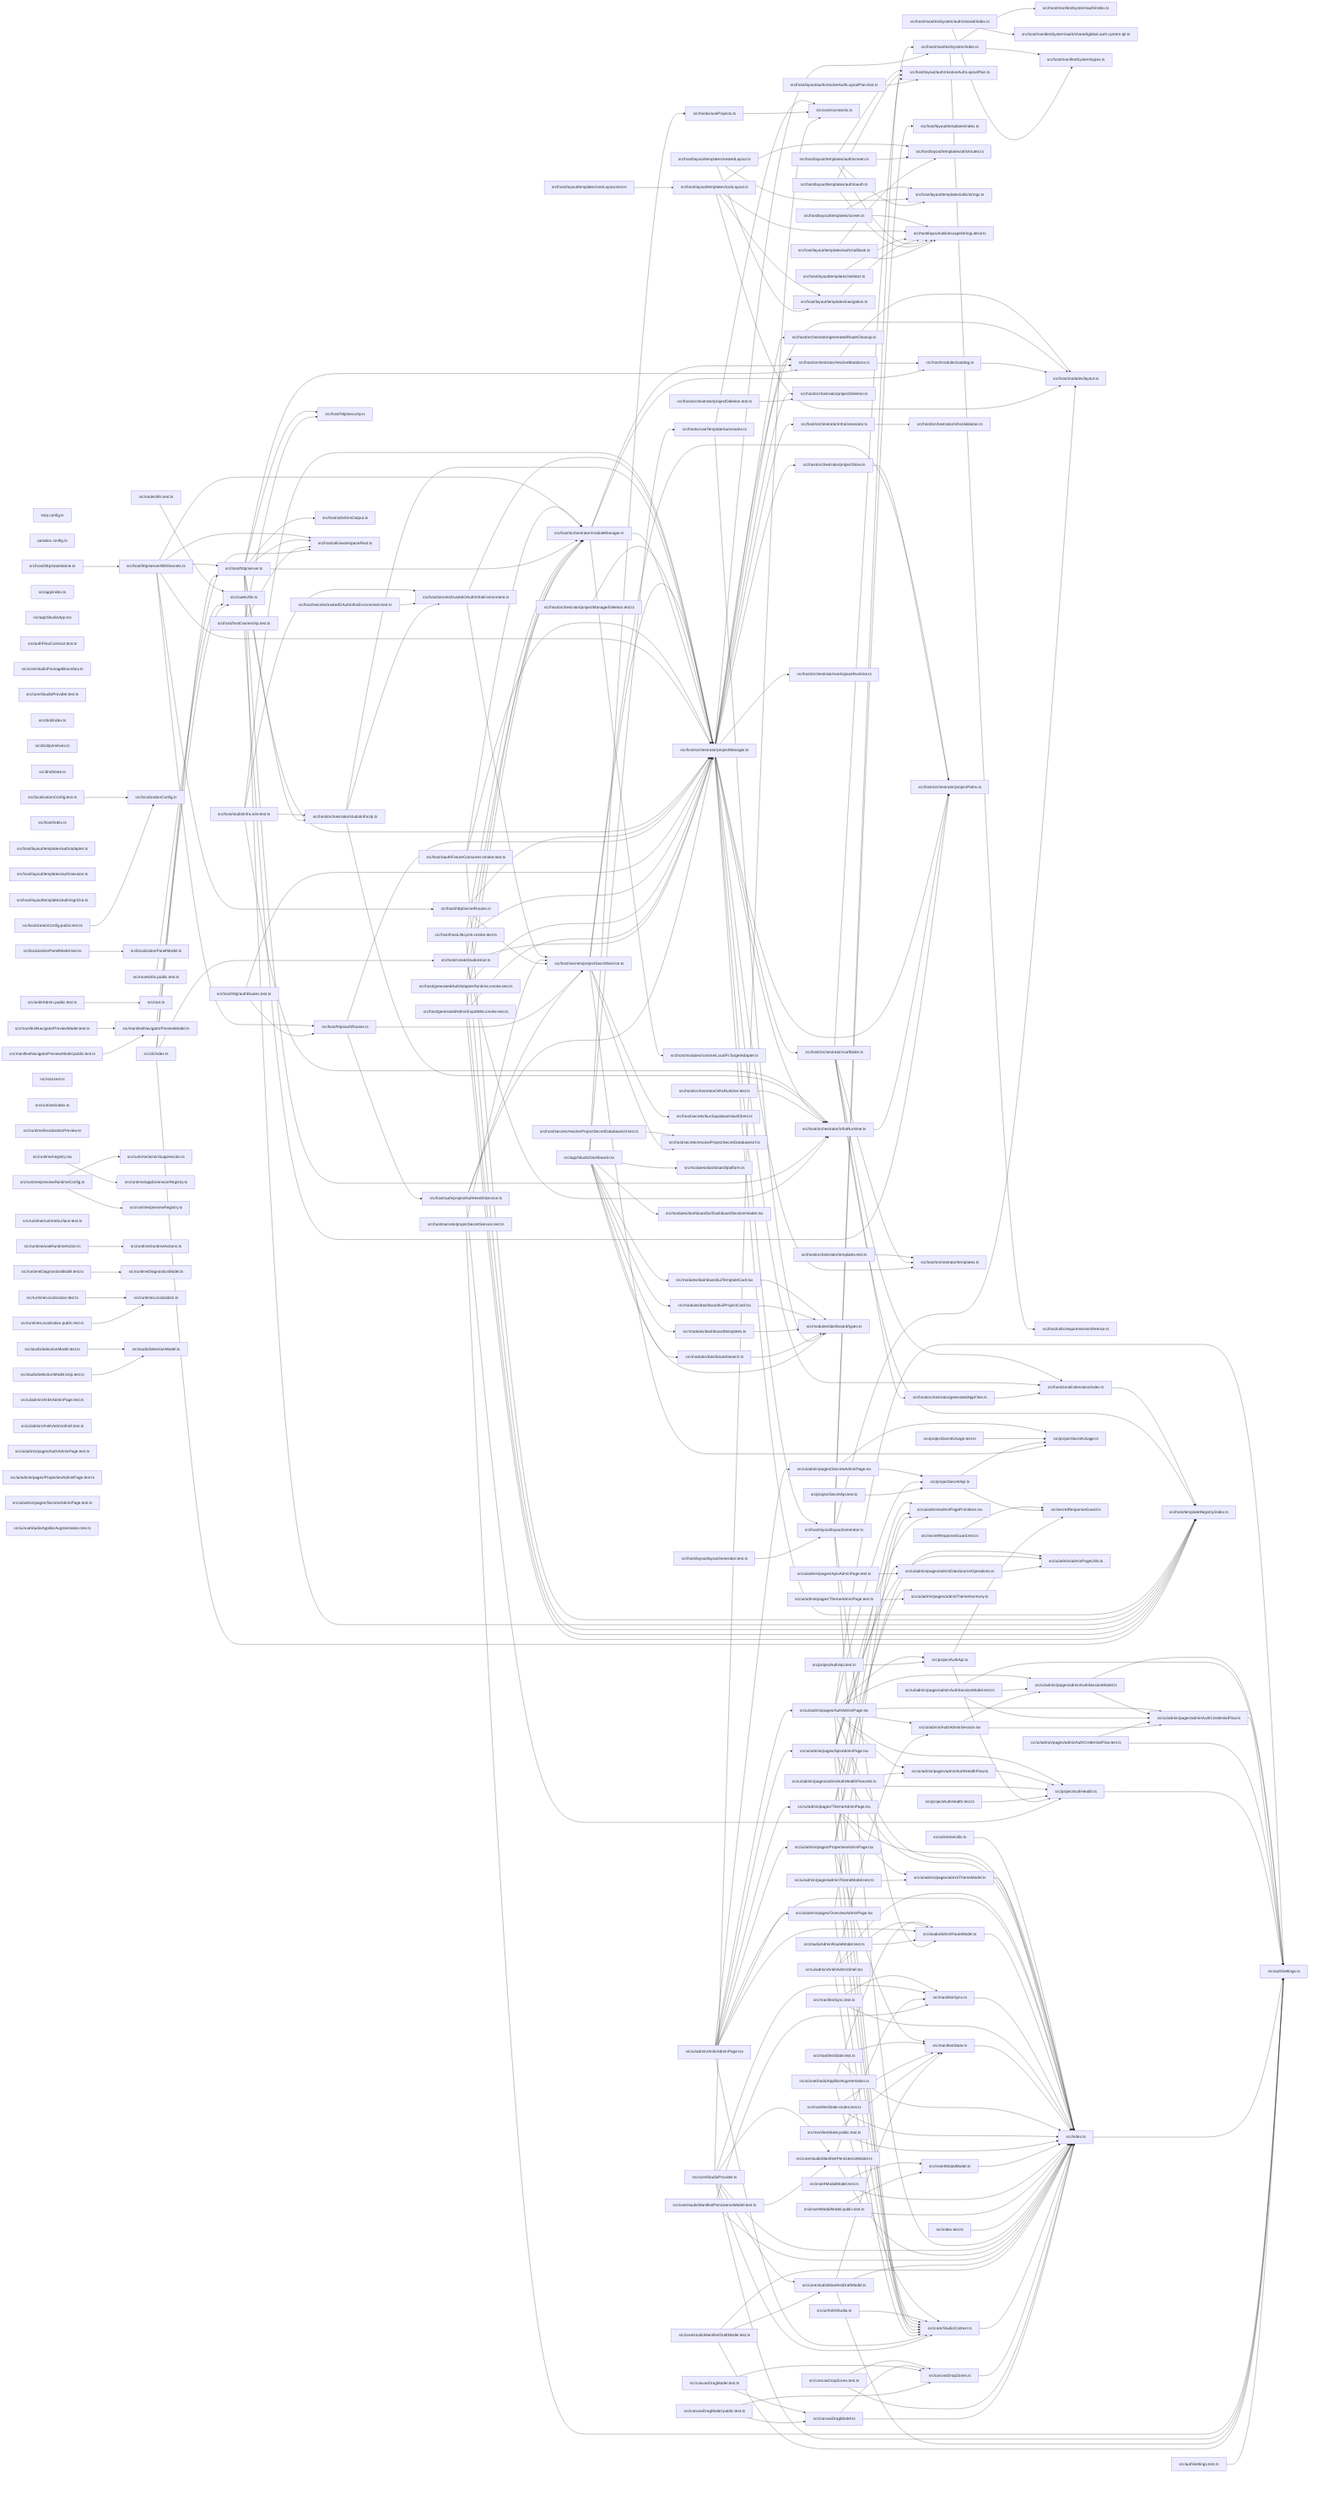
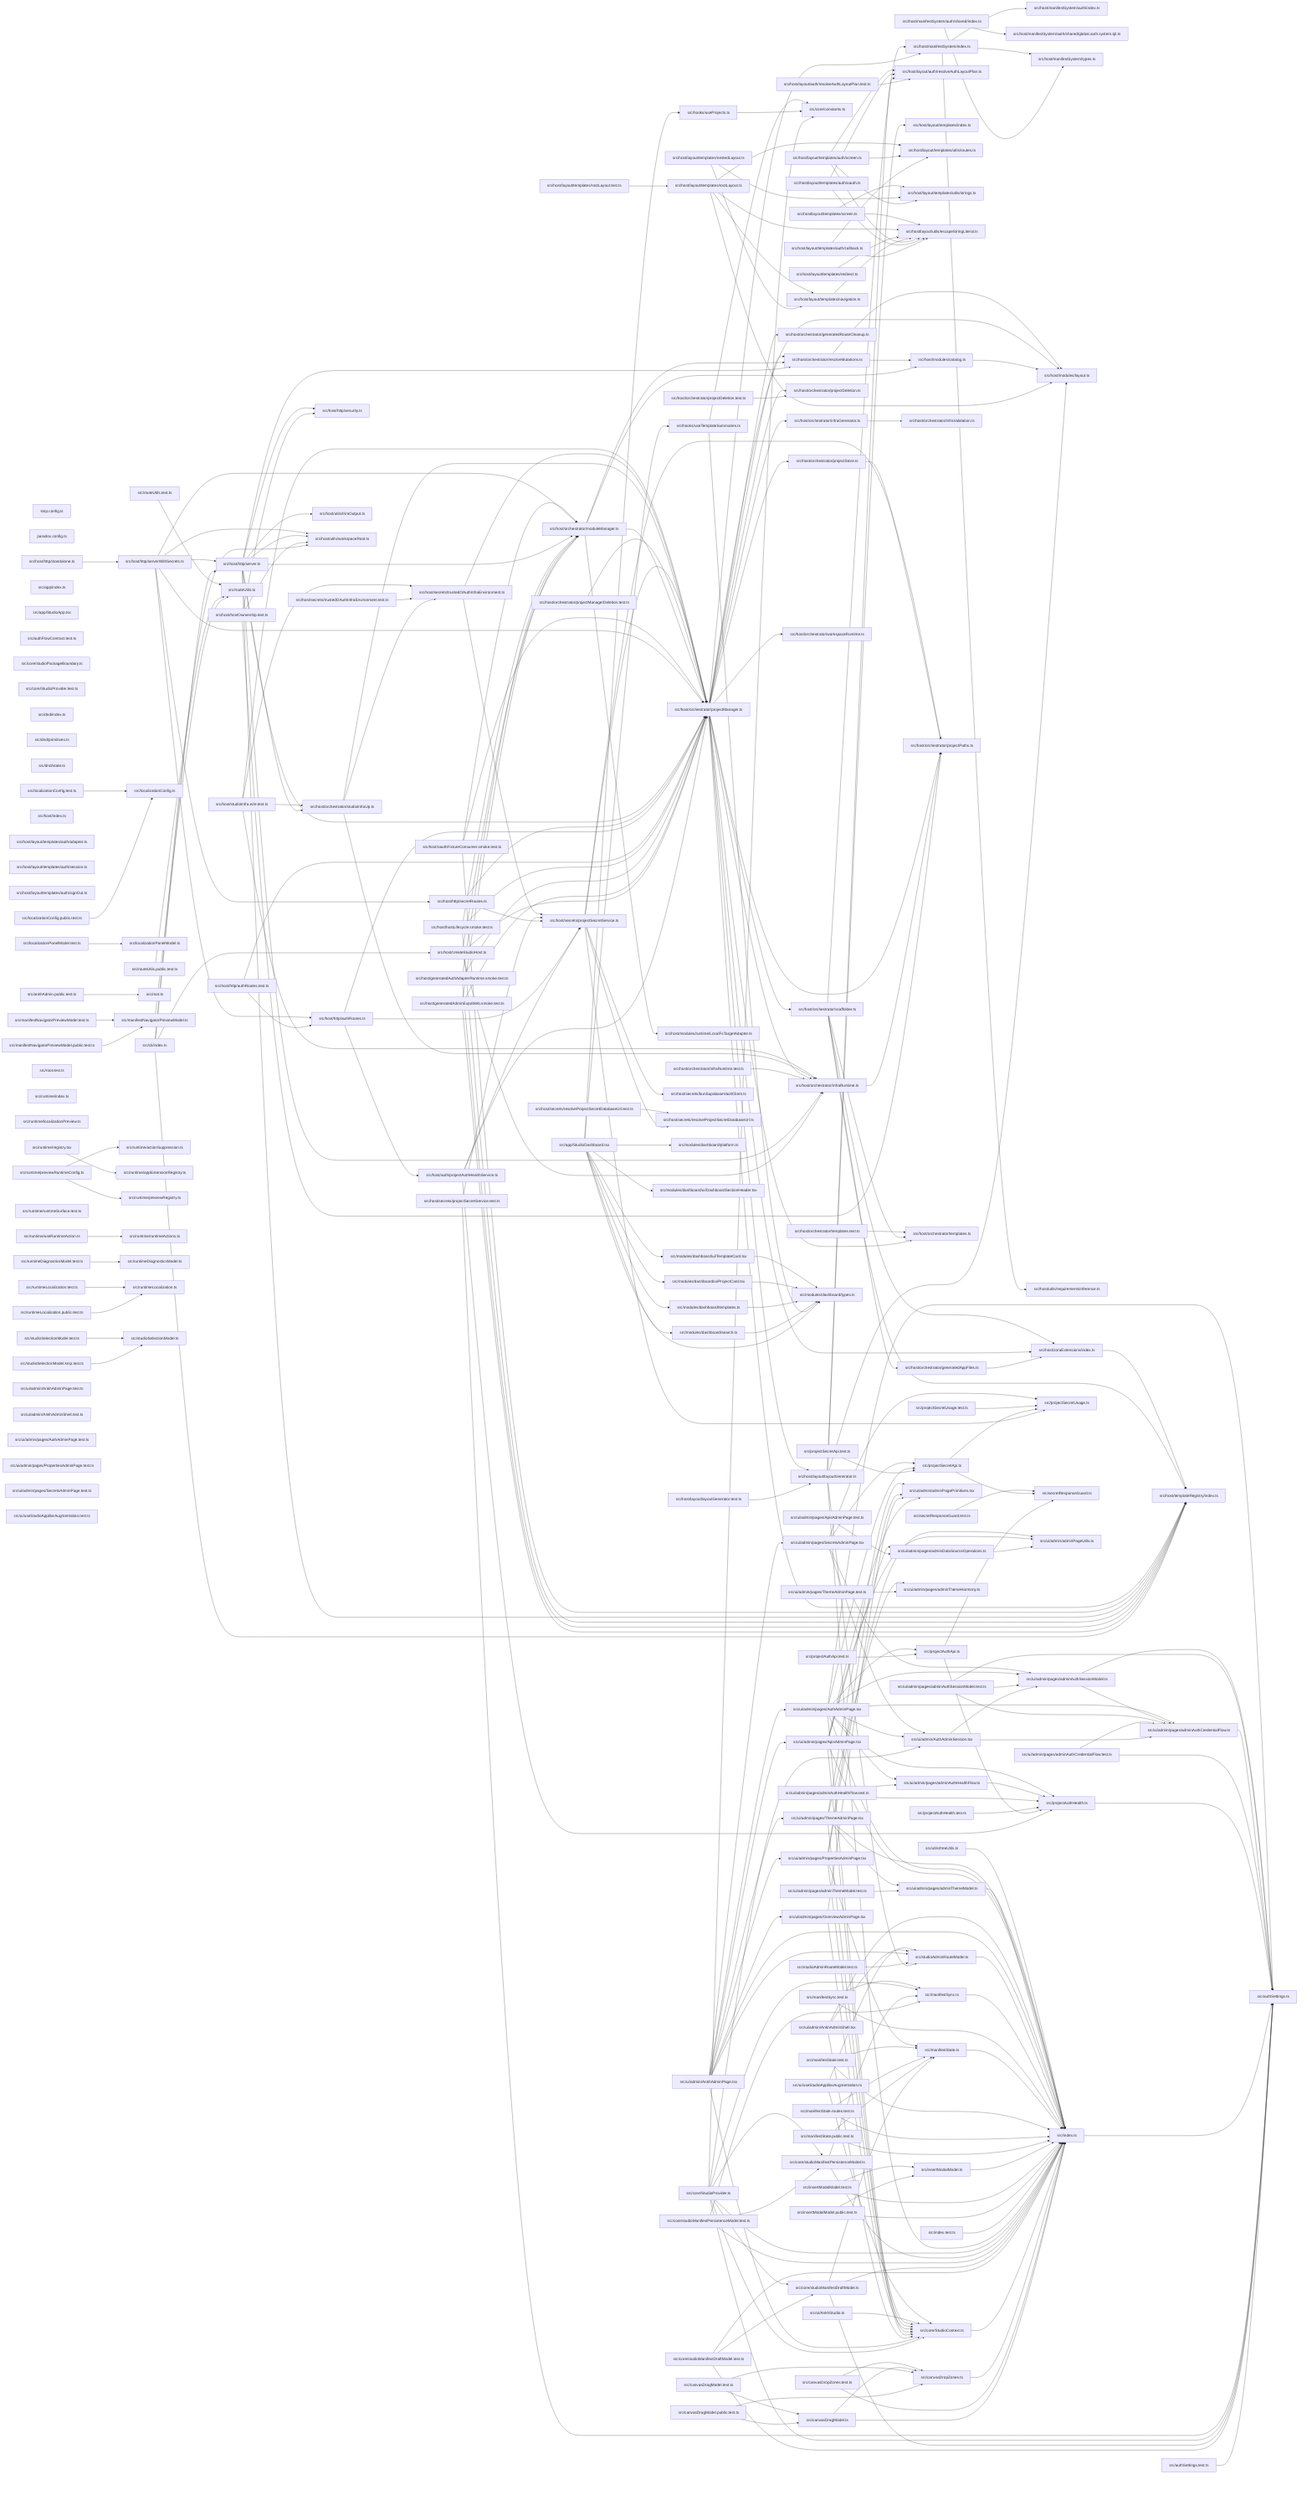
graph LR
  module_knip_config_ts["knip.config.ts"]
  module_paradox_config_ts["paradox.config.ts"]
  module_src_ankhAdmin_public_test_ts["src/ankhAdmin.public.test.ts"]
  module_src_app_index_ts["src/app/index.ts"]
  module_src_app_StudioApp_tsx["src/app/StudioApp.tsx"]
  module_src_app_StudioDashboard_tsx["src/app/StudioDashboard.tsx"]
  module_src_authFlowContract_test_ts["src/authFlowContract.test.ts"]
  module_src_authSettings_test_ts["src/authSettings.test.ts"]
  module_src_authSettings_ts["src/authSettings.ts"]
  module_src_canvasDragModel_public_test_ts["src/canvasDragModel.public.test.ts"]
  module_src_canvasDragModel_test_ts["src/canvasDragModel.test.ts"]
  module_src_canvasDragModel_ts["src/canvasDragModel.ts"]
  module_src_canvasDropZones_test_ts["src/canvasDropZones.test.ts"]
  module_src_canvasDropZones_ts["src/canvasDropZones.ts"]
  module_src_cli_index_ts["src/cli/index.ts"]
  module_src_core_constants_ts["src/core/constants.ts"]
  module_src_core_StudioContext_ts["src/core/StudioContext.ts"]
  module_src_core_studioManifestDraftModel_test_ts["src/core/studioManifestDraftModel.test.ts"]
  module_src_core_studioManifestDraftModel_ts["src/core/studioManifestDraftModel.ts"]
  module_src_core_studioManifestPersistenceModel_test_ts["src/core/studioManifestPersistenceModel.test.ts"]
  module_src_core_studioManifestPersistenceModel_ts["src/core/studioManifestPersistenceModel.ts"]
  module_src_core_studioPackageBoundary_ts["src/core/studioPackageBoundary.ts"]
  module_src_core_StudioProvider_test_ts["src/core/StudioProvider.test.ts"]
  module_src_core_StudioProvider_ts["src/core/StudioProvider.ts"]
  module_src_dnd_index_ts["src/dnd/index.ts"]
  module_src_dnd_primitives_ts["src/dnd/primitives.ts"]
  module_src_dnd_state_ts["src/dnd/state.ts"]
  module_src_hooks_useProjects_ts["src/hooks/useProjects.ts"]
  module_src_hooks_useTemplateSummaries_ts["src/hooks/useTemplateSummaries.ts"]
  module_src_host_auth_projectAuthHealthService_ts["src/host/auth/projectAuthHealthService.ts"]
  module_src_host_createStudioHost_ts["src/host/createStudioHost.ts"]
  module_src_host_generatedAdminExpoWeb_smoke_test_ts["src/host/generatedAdminExpoWeb.smoke.test.ts"]
  module_src_host_generatedAuthAdapterRuntime_smoke_test_ts["src/host/generatedAuthAdapterRuntime.smoke.test.ts"]
  module_src_host_hostLifecycle_smoke_test_ts["src/host/hostLifecycle.smoke.test.ts"]
  module_src_host_hostOwnership_test_ts["src/host/hostOwnership.test.ts"]
  module_src_host_http_authRoutes_test_ts["src/host/http/authRoutes.test.ts"]
  module_src_host_http_authRoutes_ts["src/host/http/authRoutes.ts"]
  module_src_host_http_secretRoutes_ts["src/host/http/secretRoutes.ts"]
  module_src_host_http_security_ts["src/host/http/security.ts"]
  module_src_host_http_server_ts["src/host/http/server.ts"]
  module_src_host_http_serverWithSecrets_ts["src/host/http/serverWithSecrets.ts"]
  module_src_host_http_standalone_ts["src/host/http/standalone.ts"]
  module_src_host_index_ts["src/host/index.ts"]
  module_src_host_layout_auth_resolveAuthLayoutPlan_test_ts["src/host/layout/auth/resolveAuthLayoutPlan.test.ts"]
  module_src_host_layout_auth_resolveAuthLayoutPlan_ts["src/host/layout/auth/resolveAuthLayoutPlan.ts"]
  module_src_host_layout_layoutGenerator_test_ts["src/host/layout/layoutGenerator.test.ts"]
  module_src_host_layout_layoutGenerator_ts["src/host/layout/layoutGenerator.ts"]
  module_src_host_layout_templates_auth_adapter_ts["src/host/layout/templates/auth/adapter.ts"]
  module_src_host_layout_templates_auth_callback_ts["src/host/layout/templates/auth/callback.ts"]
  module_src_host_layout_templates_auth_oauth_ts["src/host/layout/templates/auth/oauth.ts"]
  module_src_host_layout_templates_auth_screen_ts["src/host/layout/templates/auth/screen.ts"]
  module_src_host_layout_templates_auth_session_ts["src/host/layout/templates/auth/session.ts"]
  module_src_host_layout_templates_auth_signOut_ts["src/host/layout/templates/auth/signOut.ts"]
  module_src_host_layout_templates_index_ts["src/host/layout/templates/index.ts"]
  module_src_host_layout_templates_navigation_ts["src/host/layout/templates/navigation.ts"]
  module_src_host_layout_templates_nestedLayout_ts["src/host/layout/templates/nestedLayout.ts"]
  module_src_host_layout_templates_redirect_ts["src/host/layout/templates/redirect.ts"]
  module_src_host_layout_templates_rootLayout_test_ts["src/host/layout/templates/rootLayout.test.ts"]
  module_src_host_layout_templates_rootLayout_ts["src/host/layout/templates/rootLayout.ts"]
  module_src_host_layout_templates_screen_ts["src/host/layout/templates/screen.ts"]
  module_src_host_layout_templates_utils_routes_ts["src/host/layout/templates/utils/routes.ts"]
  module_src_host_layout_templates_utils_strings_ts["src/host/layout/templates/utils/strings.ts"]
  module_src_host_layout_utils_escapeStringLiteral_ts["src/host/layout/utils/escapeStringLiteral.ts"]
  module_src_host_manifestSystem_auth_index_ts["src/host/manifestSystem/auth/index.ts"]
  module_src_host_manifestSystem_auth_shared_global_auth_system_tpl_ts["src/host/manifestSystem/auth/shared/global.auth.system.tpl.ts"]
  module_src_host_manifestSystem_auth_shared_index_ts["src/host/manifestSystem/auth/shared/index.ts"]
  module_src_host_manifestSystem_index_ts["src/host/manifestSystem/index.ts"]
  module_src_host_manifestSystem_types_ts["src/host/manifestSystem/types.ts"]
  module_src_host_modules_catalog_ts["src/host/modules/catalog.ts"]
  module_src_host_modules_layout_ts["src/host/modules/layout.ts"]
  module_src_host_modules_runtime_LocalFsTargetAdapter_ts["src/host/modules/runtime/LocalFsTargetAdapter.ts"]
  module_src_host_oauthFixtureConsumer_smoke_test_ts["src/host/oauthFixtureConsumer.smoke.test.ts"]
  module_src_host_orchestrator_generatedAppFiles_ts["src/host/orchestrator/generatedAppFiles.ts"]
  module_src_host_orchestrator_generatedRouteCleanup_ts["src/host/orchestrator/generatedRouteCleanup.ts"]
  module_src_host_orchestrator_infraGenerator_ts["src/host/orchestrator/infraGenerator.ts"]
  module_src_host_orchestrator_infraRuntime_test_ts["src/host/orchestrator/infraRuntime.test.ts"]
  module_src_host_orchestrator_infraRuntime_ts["src/host/orchestrator/infraRuntime.ts"]
  module_src_host_orchestrator_infraValidation_ts["src/host/orchestrator/infraValidation.ts"]
  module_src_host_orchestrator_moduleManager_ts["src/host/orchestrator/moduleManager.ts"]
  module_src_host_orchestrator_projectDeletion_test_ts["src/host/orchestrator/projectDeletion.test.ts"]
  module_src_host_orchestrator_projectDeletion_ts["src/host/orchestrator/projectDeletion.ts"]
  module_src_host_orchestrator_projectManager_ts["src/host/orchestrator/projectManager.ts"]
  module_src_host_orchestrator_projectManagerDeletion_test_ts["src/host/orchestrator/projectManagerDeletion.test.ts"]
  module_src_host_orchestrator_projectPaths_ts["src/host/orchestrator/projectPaths.ts"]
  module_src_host_orchestrator_projectStore_ts["src/host/orchestrator/projectStore.ts"]
  module_src_host_orchestrator_resolveMutations_ts["src/host/orchestrator/resolveMutations.ts"]
  module_src_host_orchestrator_scaffolder_ts["src/host/orchestrator/scaffolder.ts"]
  module_src_host_orchestrator_studioInfraUp_ts["src/host/orchestrator/studioInfraUp.ts"]
  module_src_host_orchestrator_templates_test_ts["src/host/orchestrator/templates.test.ts"]
  module_src_host_orchestrator_templates_ts["src/host/orchestrator/templates.ts"]
  module_src_host_orchestrator_workspaceRuntime_ts["src/host/orchestrator/workspaceRuntime.ts"]
  module_src_host_secrets_bunSupabaseVaultClient_ts["src/host/secrets/bunSupabaseVaultClient.ts"]
  module_src_host_secrets_projectSecretService_test_ts["src/host/secrets/projectSecretService.test.ts"]
  module_src_host_secrets_projectSecretService_ts["src/host/secrets/projectSecretService.ts"]
  module_src_host_secrets_resolveProjectSecretDatabaseUrl_test_ts["src/host/secrets/resolveProjectSecretDatabaseUrl.test.ts"]
  module_src_host_secrets_resolveProjectSecretDatabaseUrl_ts["src/host/secrets/resolveProjectSecretDatabaseUrl.ts"]
  module_src_host_secrets_trustedOAuthInfraEnvironment_test_ts["src/host/secrets/trustedOAuthInfraEnvironment.test.ts"]
  module_src_host_secrets_trustedOAuthInfraEnvironment_ts["src/host/secrets/trustedOAuthInfraEnvironment.ts"]
  module_src_host_studioInfra_e2e_test_ts["src/host/studioInfra.e2e.test.ts"]
  module_src_host_templateRegistry_index_ts["src/host/templateRegistry/index.ts"]
  module_src_host_utils_requirementsInference_ts["src/host/utils/requirementsInference.ts"]
  module_src_host_utils_trimOutput_ts["src/host/utils/trimOutput.ts"]
  module_src_host_utils_workspaceRoot_ts["src/host/utils/workspaceRoot.ts"]
  module_src_host_zoraExtensions_index_ts["src/host/zoraExtensions/index.ts"]
  module_src_index_test_ts["src/index.test.ts"]
  module_src_index_ts["src/index.ts"]
  module_src_insertModalModel_public_test_ts["src/insertModalModel.public.test.ts"]
  module_src_insertModalModel_test_ts["src/insertModalModel.test.ts"]
  module_src_insertModalModel_ts["src/insertModalModel.ts"]
  module_src_localizationConfig_public_test_ts["src/localizationConfig.public.test.ts"]
  module_src_localizationConfig_test_ts["src/localizationConfig.test.ts"]
  module_src_localizationConfig_ts["src/localizationConfig.ts"]
  module_src_localizationPanelModel_test_ts["src/localizationPanelModel.test.ts"]
  module_src_localizationPanelModel_ts["src/localizationPanelModel.ts"]
  module_src_manifestNavigatorPreviewModel_public_test_ts["src/manifestNavigatorPreviewModel.public.test.ts"]
  module_src_manifestNavigatorPreviewModel_test_ts["src/manifestNavigatorPreviewModel.test.ts"]
  module_src_manifestNavigatorPreviewModel_ts["src/manifestNavigatorPreviewModel.ts"]
  module_src_manifestState_public_test_ts["src/manifestState.public.test.ts"]
  module_src_manifestState_routes_test_ts["src/manifestState.routes.test.ts"]
  module_src_manifestState_test_ts["src/manifestState.test.ts"]
  module_src_manifestState_ts["src/manifestState.ts"]
  module_src_manifestSync_test_ts["src/manifestSync.test.ts"]
  module_src_manifestSync_ts["src/manifestSync.ts"]
  module_src_modules_dashboard_platform_ts["src/modules/dashboard/platform.ts"]
  module_src_modules_dashboard_search_ts["src/modules/dashboard/search.ts"]
  module_src_modules_dashboard_templates_ts["src/modules/dashboard/templates.ts"]
  module_src_modules_dashboard_types_ts["src/modules/dashboard/types.ts"]
  module_src_modules_dashboard_ui_DashboardSectionHeader_tsx["src/modules/dashboard/ui/DashboardSectionHeader.tsx"]
  module_src_modules_dashboard_ui_ProjectCard_tsx["src/modules/dashboard/ui/ProjectCard.tsx"]
  module_src_modules_dashboard_ui_TemplateCard_tsx["src/modules/dashboard/ui/TemplateCard.tsx"]
  module_src_projectAuthApi_test_ts["src/projectAuthApi.test.ts"]
  module_src_projectAuthApi_ts["src/projectAuthApi.ts"]
  module_src_projectAuthHealth_test_ts["src/projectAuthHealth.test.ts"]
  module_src_projectAuthHealth_ts["src/projectAuthHealth.ts"]
  module_src_projectSecretApi_test_ts["src/projectSecretApi.test.ts"]
  module_src_projectSecretApi_ts["src/projectSecretApi.ts"]
  module_src_projectSecretUsage_test_ts["src/projectSecretUsage.test.ts"]
  module_src_projectSecretUsage_ts["src/projectSecretUsage.ts"]
  module_src_root_test_ts["src/root.test.ts"]
  module_src_root_ts["src/root.ts"]
  module_src_routeUtils_public_test_ts["src/routeUtils.public.test.ts"]
  module_src_routeUtils_test_ts["src/routeUtils.test.ts"]
  module_src_routeUtils_ts["src/routeUtils.ts"]
  module_src_runtime_actionSuppression_ts["src/runtime/actionSuppression.ts"]
  module_src_runtime_appExtensionRegistry_ts["src/runtime/appExtensionRegistry.ts"]
  module_src_runtime_index_ts["src/runtime/index.ts"]
  module_src_runtime_localizationPreview_ts["src/runtime/localizationPreview.ts"]
  module_src_runtime_previewRegistry_ts["src/runtime/previewRegistry.ts"]
  module_src_runtime_previewRuntimeConfig_ts["src/runtime/previewRuntimeConfig.ts"]
  module_src_runtime_registry_tsx["src/runtime/registry.tsx"]
  module_src_runtime_runtimeActions_ts["src/runtime/runtimeActions.ts"]
  module_src_runtime_runtimeSurface_test_ts["src/runtime/runtimeSurface.test.ts"]
  module_src_runtime_useRuntimeAction_ts["src/runtime/useRuntimeAction.ts"]
  module_src_runtimeDiagnosticsModel_test_ts["src/runtimeDiagnosticsModel.test.ts"]
  module_src_runtimeDiagnosticsModel_ts["src/runtimeDiagnosticsModel.ts"]
  module_src_runtimeLocalization_public_test_ts["src/runtimeLocalization.public.test.ts"]
  module_src_runtimeLocalization_test_ts["src/runtimeLocalization.test.ts"]
  module_src_runtimeLocalization_ts["src/runtimeLocalization.ts"]
  module_src_secretResponseGuard_test_ts["src/secretResponseGuard.test.ts"]
  module_src_secretResponseGuard_ts["src/secretResponseGuard.ts"]
  module_src_studioAdminRouteModel_test_ts["src/studioAdminRouteModel.test.ts"]
  module_src_studioAdminRouteModel_ts["src/studioAdminRouteModel.ts"]
  module_src_studioSelectionModel_knip_test_ts["src/studioSelectionModel.knip.test.ts"]
  module_src_studioSelectionModel_test_ts["src/studioSelectionModel.test.ts"]
  module_src_studioSelectionModel_ts["src/studioSelectionModel.ts"]
  module_src_ui_admin_adminPagePrimitives_tsx["src/ui/admin/adminPagePrimitives.tsx"]
  module_src_ui_admin_adminPageUtils_ts["src/ui/admin/adminPageUtils.ts"]
  module_src_ui_admin_AnkhAdminPage_test_ts["src/ui/admin/AnkhAdminPage.test.ts"]
  module_src_ui_admin_AnkhAdminPage_tsx["src/ui/admin/AnkhAdminPage.tsx"]
  module_src_ui_admin_AnkhAdminShell_test_ts["src/ui/admin/AnkhAdminShell.test.ts"]
  module_src_ui_admin_AnkhAdminShell_tsx["src/ui/admin/AnkhAdminShell.tsx"]
  module_src_ui_admin_AuthAdminSession_tsx["src/ui/admin/AuthAdminSession.tsx"]
  module_src_ui_admin_pages_adminAuthCredentialFlow_test_ts["src/ui/admin/pages/adminAuthCredentialFlow.test.ts"]
  module_src_ui_admin_pages_adminAuthCredentialFlow_ts["src/ui/admin/pages/adminAuthCredentialFlow.ts"]
  module_src_ui_admin_pages_adminAuthHealthFlow_test_ts["src/ui/admin/pages/adminAuthHealthFlow.test.ts"]
  module_src_ui_admin_pages_adminAuthHealthFlow_ts["src/ui/admin/pages/adminAuthHealthFlow.ts"]
  module_src_ui_admin_pages_adminAuthSessionModel_test_ts["src/ui/admin/pages/adminAuthSessionModel.test.ts"]
  module_src_ui_admin_pages_adminAuthSessionModel_ts["src/ui/admin/pages/adminAuthSessionModel.ts"]
  module_src_ui_admin_pages_adminDataSourceOperations_ts["src/ui/admin/pages/adminDataSourceOperations.ts"]
  module_src_ui_admin_pages_adminThemeHarmony_ts["src/ui/admin/pages/adminThemeHarmony.ts"]
  module_src_ui_admin_pages_adminThemeModel_test_ts["src/ui/admin/pages/adminThemeModel.test.ts"]
  module_src_ui_admin_pages_adminThemeModel_ts["src/ui/admin/pages/adminThemeModel.ts"]
  module_src_ui_admin_pages_ApisAdminPage_test_ts["src/ui/admin/pages/ApisAdminPage.test.ts"]
  module_src_ui_admin_pages_ApisAdminPage_tsx["src/ui/admin/pages/ApisAdminPage.tsx"]
  module_src_ui_admin_pages_AuthAdminPage_test_ts["src/ui/admin/pages/AuthAdminPage.test.ts"]
  module_src_ui_admin_pages_AuthAdminPage_tsx["src/ui/admin/pages/AuthAdminPage.tsx"]
  module_src_ui_admin_pages_OverviewAdminPage_tsx["src/ui/admin/pages/OverviewAdminPage.tsx"]
  module_src_ui_admin_pages_PropertiesAdminPage_test_ts["src/ui/admin/pages/PropertiesAdminPage.test.ts"]
  module_src_ui_admin_pages_PropertiesAdminPage_tsx["src/ui/admin/pages/PropertiesAdminPage.tsx"]
  module_src_ui_admin_pages_SecretsAdminPage_test_ts["src/ui/admin/pages/SecretsAdminPage.test.ts"]
  module_src_ui_admin_pages_SecretsAdminPage_tsx["src/ui/admin/pages/SecretsAdminPage.tsx"]
  module_src_ui_admin_pages_ThemeAdminPage_test_ts["src/ui/admin/pages/ThemeAdminPage.test.ts"]
  module_src_ui_admin_pages_ThemeAdminPage_tsx["src/ui/admin/pages/ThemeAdminPage.tsx"]
  module_src_ui_AnkhStudio_ts["src/ui/AnkhStudio.ts"]
  module_src_ui_useStudioAppBarAugmentation_test_ts["src/ui/useStudioAppBarAugmentation.test.ts"]
  module_src_ui_useStudioAppBarAugmentation_ts["src/ui/useStudioAppBarAugmentation.ts"]
  module_src_utils_treeUtils_ts["src/utils/treeUtils.ts"]
  module_src_ankhAdmin_public_test_ts --> module_src_root_ts
  module_src_app_StudioDashboard_tsx --> module_src_hooks_useProjects_ts
  module_src_app_StudioDashboard_tsx --> module_src_hooks_useTemplateSummaries_ts
  module_src_app_StudioDashboard_tsx --> module_src_modules_dashboard_platform_ts
  module_src_app_StudioDashboard_tsx --> module_src_modules_dashboard_search_ts
  module_src_app_StudioDashboard_tsx --> module_src_modules_dashboard_templates_ts
  module_src_app_StudioDashboard_tsx --> module_src_modules_dashboard_types_ts
  module_src_app_StudioDashboard_tsx --> module_src_modules_dashboard_ui_DashboardSectionHeader_tsx
  module_src_app_StudioDashboard_tsx --> module_src_modules_dashboard_ui_ProjectCard_tsx
  module_src_app_StudioDashboard_tsx --> module_src_modules_dashboard_ui_TemplateCard_tsx
  module_src_authSettings_test_ts --> module_src_authSettings_ts
  module_src_canvasDragModel_public_test_ts --> module_src_canvasDragModel_ts
  module_src_canvasDragModel_public_test_ts --> module_src_canvasDropZones_ts
  module_src_canvasDragModel_test_ts --> module_src_canvasDragModel_ts
  module_src_canvasDragModel_test_ts --> module_src_canvasDropZones_ts
  module_src_canvasDragModel_ts --> module_src_canvasDropZones_ts
  module_src_canvasDragModel_ts --> module_src_index_ts
  module_src_canvasDropZones_test_ts --> module_src_canvasDropZones_ts
  module_src_canvasDropZones_test_ts --> module_src_index_ts
  module_src_canvasDropZones_ts --> module_src_index_ts
  module_src_cli_index_ts --> module_src_host_createStudioHost_ts
  module_src_cli_index_ts --> module_src_host_http_server_ts
  module_src_cli_index_ts --> module_src_host_templateRegistry_index_ts
  module_src_cli_index_ts --> module_src_host_utils_workspaceRoot_ts
  module_src_core_StudioContext_ts --> module_src_index_ts
  module_src_core_studioManifestDraftModel_test_ts --> module_src_authSettings_ts
  module_src_core_studioManifestDraftModel_test_ts --> module_src_core_studioManifestDraftModel_ts
  module_src_core_studioManifestDraftModel_test_ts --> module_src_index_ts
  module_src_core_studioManifestDraftModel_ts --> module_src_authSettings_ts
  module_src_core_studioManifestDraftModel_ts --> module_src_index_ts
  module_src_core_studioManifestDraftModel_ts --> module_src_manifestState_ts
  module_src_core_studioManifestPersistenceModel_test_ts --> module_src_core_studioManifestPersistenceModel_ts
  module_src_core_studioManifestPersistenceModel_test_ts --> module_src_index_ts
  module_src_core_studioManifestPersistenceModel_test_ts --> module_src_manifestSync_ts
  module_src_core_studioManifestPersistenceModel_ts --> module_src_index_ts
  module_src_core_studioManifestPersistenceModel_ts --> module_src_manifestSync_ts
  module_src_core_StudioProvider_ts --> module_src_authSettings_ts
  module_src_core_StudioProvider_ts --> module_src_core_constants_ts
  module_src_core_StudioProvider_ts --> module_src_core_StudioContext_ts
  module_src_core_StudioProvider_ts --> module_src_core_studioManifestDraftModel_ts
  module_src_core_StudioProvider_ts --> module_src_core_studioManifestPersistenceModel_ts
  module_src_core_StudioProvider_ts --> module_src_index_ts
  module_src_core_StudioProvider_ts --> module_src_manifestSync_ts
+   module_src_core_StudioProvider_ts --> module_src_ui_admin_AuthAdminSession_tsx
  module_src_hooks_useProjects_ts --> module_src_core_constants_ts
  module_src_hooks_useTemplateSummaries_ts --> module_src_core_constants_ts
  module_src_hooks_useTemplateSummaries_ts --> module_src_modules_dashboard_types_ts
  module_src_host_auth_projectAuthHealthService_ts --> module_src_host_orchestrator_projectManager_ts
  module_src_host_auth_projectAuthHealthService_ts --> module_src_host_secrets_projectSecretService_ts
  module_src_host_auth_projectAuthHealthService_ts --> module_src_projectAuthHealth_ts
  module_src_host_createStudioHost_ts --> module_src_host_orchestrator_infraRuntime_ts
  module_src_host_createStudioHost_ts --> module_src_host_orchestrator_moduleManager_ts
  module_src_host_createStudioHost_ts --> module_src_host_orchestrator_projectManager_ts
  module_src_host_generatedAdminExpoWeb_smoke_test_ts --> module_src_host_orchestrator_moduleManager_ts
  module_src_host_generatedAdminExpoWeb_smoke_test_ts --> module_src_host_orchestrator_projectManager_ts
  module_src_host_generatedAdminExpoWeb_smoke_test_ts --> module_src_host_templateRegistry_index_ts
  module_src_host_generatedAuthAdapterRuntime_smoke_test_ts --> module_src_host_orchestrator_moduleManager_ts
  module_src_host_generatedAuthAdapterRuntime_smoke_test_ts --> module_src_host_orchestrator_projectManager_ts
  module_src_host_generatedAuthAdapterRuntime_smoke_test_ts --> module_src_host_templateRegistry_index_ts
  module_src_host_hostLifecycle_smoke_test_ts --> module_src_host_orchestrator_moduleManager_ts
  module_src_host_hostLifecycle_smoke_test_ts --> module_src_host_orchestrator_projectManager_ts
  module_src_host_hostLifecycle_smoke_test_ts --> module_src_host_templateRegistry_index_ts
  module_src_host_hostOwnership_test_ts --> module_src_host_http_security_ts
  module_src_host_hostOwnership_test_ts --> module_src_host_orchestrator_projectPaths_ts
  module_src_host_hostOwnership_test_ts --> module_src_host_utils_workspaceRoot_ts
  module_src_host_http_authRoutes_test_ts --> module_src_host_http_authRoutes_ts
  module_src_host_http_authRoutes_test_ts --> module_src_host_orchestrator_projectManager_ts
  module_src_host_http_authRoutes_ts --> module_src_host_auth_projectAuthHealthService_ts
  module_src_host_http_authRoutes_ts --> module_src_host_orchestrator_projectManager_ts
  module_src_host_http_authRoutes_ts --> module_src_host_secrets_projectSecretService_ts
  module_src_host_http_secretRoutes_ts --> module_src_host_orchestrator_projectManager_ts
  module_src_host_http_secretRoutes_ts --> module_src_host_secrets_projectSecretService_ts
  module_src_host_http_server_ts --> module_src_host_http_security_ts
  module_src_host_http_server_ts --> module_src_host_orchestrator_infraRuntime_ts
  module_src_host_http_server_ts --> module_src_host_orchestrator_moduleManager_ts
  module_src_host_http_server_ts --> module_src_host_orchestrator_projectManager_ts
  module_src_host_http_server_ts --> module_src_host_orchestrator_resolveMutations_ts
  module_src_host_http_server_ts --> module_src_host_orchestrator_studioInfraUp_ts
  module_src_host_http_server_ts --> module_src_host_templateRegistry_index_ts
  module_src_host_http_server_ts --> module_src_host_utils_trimOutput_ts
  module_src_host_http_server_ts --> module_src_host_utils_workspaceRoot_ts
  module_src_host_http_serverWithSecrets_ts --> module_src_host_http_authRoutes_ts
  module_src_host_http_serverWithSecrets_ts --> module_src_host_http_secretRoutes_ts
  module_src_host_http_serverWithSecrets_ts --> module_src_host_http_server_ts
  module_src_host_http_serverWithSecrets_ts --> module_src_host_orchestrator_moduleManager_ts
  module_src_host_http_serverWithSecrets_ts --> module_src_host_orchestrator_projectManager_ts
  module_src_host_http_serverWithSecrets_ts --> module_src_host_utils_workspaceRoot_ts
  module_src_host_http_standalone_ts --> module_src_host_http_serverWithSecrets_ts
  module_src_host_layout_auth_resolveAuthLayoutPlan_test_ts --> module_src_host_layout_auth_resolveAuthLayoutPlan_ts
  module_src_host_layout_layoutGenerator_test_ts --> module_src_host_layout_layoutGenerator_ts
  module_src_host_layout_layoutGenerator_ts --> module_src_host_layout_auth_resolveAuthLayoutPlan_ts
  module_src_host_layout_layoutGenerator_ts --> module_src_host_layout_templates_index_ts
  module_src_host_layout_layoutGenerator_ts --> module_src_host_modules_layout_ts
  module_src_host_layout_layoutGenerator_ts --> module_src_index_ts
  module_src_host_layout_layoutGenerator_ts --> module_src_studioAdminRouteModel_ts
  module_src_host_layout_templates_auth_callback_ts --> module_src_host_layout_templates_utils_routes_ts
  module_src_host_layout_templates_auth_callback_ts --> module_src_host_layout_utils_escapeStringLiteral_ts
  module_src_host_layout_templates_auth_oauth_ts --> module_src_host_layout_auth_resolveAuthLayoutPlan_ts
  module_src_host_layout_templates_auth_oauth_ts --> module_src_host_layout_utils_escapeStringLiteral_ts
  module_src_host_layout_templates_auth_screen_ts --> module_src_host_layout_auth_resolveAuthLayoutPlan_ts
  module_src_host_layout_templates_auth_screen_ts --> module_src_host_layout_templates_utils_routes_ts
  module_src_host_layout_templates_auth_screen_ts --> module_src_host_layout_templates_utils_strings_ts
  module_src_host_layout_templates_auth_screen_ts --> module_src_host_layout_utils_escapeStringLiteral_ts
  module_src_host_layout_templates_navigation_ts --> module_src_host_layout_utils_escapeStringLiteral_ts
  module_src_host_layout_templates_nestedLayout_ts --> module_src_host_layout_templates_navigation_ts
  module_src_host_layout_templates_nestedLayout_ts --> module_src_host_layout_templates_utils_strings_ts
  module_src_host_layout_templates_redirect_ts --> module_src_host_layout_utils_escapeStringLiteral_ts
  module_src_host_layout_templates_rootLayout_test_ts --> module_src_host_layout_templates_rootLayout_ts
  module_src_host_layout_templates_rootLayout_ts --> module_src_host_layout_templates_navigation_ts
  module_src_host_layout_templates_rootLayout_ts --> module_src_host_layout_templates_utils_routes_ts
  module_src_host_layout_templates_rootLayout_ts --> module_src_host_layout_utils_escapeStringLiteral_ts
  module_src_host_layout_templates_rootLayout_ts --> module_src_host_modules_layout_ts
  module_src_host_layout_templates_screen_ts --> module_src_host_layout_templates_utils_strings_ts
  module_src_host_layout_templates_screen_ts --> module_src_host_layout_utils_escapeStringLiteral_ts
  module_src_host_manifestSystem_auth_shared_index_ts --> module_src_host_manifestSystem_auth_shared_global_auth_system_tpl_ts
  module_src_host_manifestSystem_auth_shared_index_ts --> module_src_host_manifestSystem_types_ts
  module_src_host_manifestSystem_index_ts --> module_src_host_manifestSystem_auth_index_ts
  module_src_host_manifestSystem_index_ts --> module_src_host_manifestSystem_types_ts
  module_src_host_manifestSystem_index_ts --> module_src_host_utils_requirementsInference_ts
  module_src_host_modules_catalog_ts --> module_src_host_modules_layout_ts
  module_src_host_oauthFixtureConsumer_smoke_test_ts --> module_src_host_orchestrator_moduleManager_ts
  module_src_host_oauthFixtureConsumer_smoke_test_ts --> module_src_host_orchestrator_projectManager_ts
  module_src_host_oauthFixtureConsumer_smoke_test_ts --> module_src_host_templateRegistry_index_ts
  module_src_host_orchestrator_generatedAppFiles_ts --> module_src_host_zoraExtensions_index_ts
  module_src_host_orchestrator_infraGenerator_ts --> module_src_host_orchestrator_infraValidation_ts
  module_src_host_orchestrator_infraRuntime_test_ts --> module_src_host_orchestrator_infraRuntime_ts
  module_src_host_orchestrator_infraRuntime_ts --> module_src_host_orchestrator_projectPaths_ts
  module_src_host_orchestrator_moduleManager_ts --> module_src_host_modules_catalog_ts
  module_src_host_orchestrator_moduleManager_ts --> module_src_host_modules_runtime_LocalFsTargetAdapter_ts
  module_src_host_orchestrator_moduleManager_ts --> module_src_host_orchestrator_projectManager_ts
  module_src_host_orchestrator_moduleManager_ts --> module_src_host_orchestrator_resolveMutations_ts
  module_src_host_orchestrator_projectDeletion_test_ts --> module_src_host_orchestrator_projectDeletion_ts
  module_src_host_orchestrator_projectManager_ts --> module_src_host_layout_layoutGenerator_ts
  module_src_host_orchestrator_projectManager_ts --> module_src_host_manifestSystem_index_ts
  module_src_host_orchestrator_projectManager_ts --> module_src_host_modules_layout_ts
  module_src_host_orchestrator_projectManager_ts --> module_src_host_orchestrator_generatedRouteCleanup_ts
  module_src_host_orchestrator_projectManager_ts --> module_src_host_orchestrator_infraGenerator_ts
  module_src_host_orchestrator_projectManager_ts --> module_src_host_orchestrator_infraRuntime_ts
  module_src_host_orchestrator_projectManager_ts --> module_src_host_orchestrator_projectDeletion_ts
  module_src_host_orchestrator_projectManager_ts --> module_src_host_orchestrator_projectPaths_ts
  module_src_host_orchestrator_projectManager_ts --> module_src_host_orchestrator_projectStore_ts
  module_src_host_orchestrator_projectManager_ts --> module_src_host_orchestrator_resolveMutations_ts
  module_src_host_orchestrator_projectManager_ts --> module_src_host_orchestrator_scaffolder_ts
  module_src_host_orchestrator_projectManager_ts --> module_src_host_orchestrator_templates_ts
  module_src_host_orchestrator_projectManager_ts --> module_src_host_orchestrator_workspaceRuntime_ts
  module_src_host_orchestrator_projectManager_ts --> module_src_host_templateRegistry_index_ts
  module_src_host_orchestrator_projectManager_ts --> module_src_host_zoraExtensions_index_ts
  module_src_host_orchestrator_projectManagerDeletion_test_ts --> module_src_host_orchestrator_projectManager_ts
  module_src_host_orchestrator_projectStore_ts --> module_src_host_orchestrator_projectPaths_ts
  module_src_host_orchestrator_resolveMutations_ts --> module_src_host_modules_catalog_ts
  module_src_host_orchestrator_resolveMutations_ts --> module_src_host_modules_layout_ts
  module_src_host_orchestrator_scaffolder_ts --> module_src_host_manifestSystem_index_ts
  module_src_host_orchestrator_scaffolder_ts --> module_src_host_orchestrator_generatedAppFiles_ts
  module_src_host_orchestrator_scaffolder_ts --> module_src_host_orchestrator_templates_ts
  module_src_host_orchestrator_scaffolder_ts --> module_src_host_templateRegistry_index_ts
  module_src_host_orchestrator_scaffolder_ts --> module_src_host_zoraExtensions_index_ts
  module_src_host_orchestrator_studioInfraUp_ts --> module_src_host_orchestrator_infraRuntime_ts
  module_src_host_orchestrator_studioInfraUp_ts --> module_src_host_orchestrator_projectManager_ts
  module_src_host_orchestrator_studioInfraUp_ts --> module_src_host_secrets_trustedOAuthInfraEnvironment_ts
  module_src_host_orchestrator_templates_test_ts --> module_src_host_orchestrator_templates_ts
  module_src_host_secrets_projectSecretService_test_ts --> module_src_authSettings_ts
  module_src_host_secrets_projectSecretService_test_ts --> module_src_host_secrets_projectSecretService_ts
  module_src_host_secrets_projectSecretService_ts --> module_src_host_orchestrator_projectManager_ts
  module_src_host_secrets_projectSecretService_ts --> module_src_host_orchestrator_projectPaths_ts
  module_src_host_secrets_projectSecretService_ts --> module_src_host_secrets_bunSupabaseVaultClient_ts
  module_src_host_secrets_projectSecretService_ts --> module_src_host_secrets_resolveProjectSecretDatabaseUrl_ts
  module_src_host_secrets_projectSecretService_ts --> module_src_projectSecretUsage_ts
  module_src_host_secrets_resolveProjectSecretDatabaseUrl_test_ts --> module_src_host_secrets_resolveProjectSecretDatabaseUrl_ts
  module_src_host_secrets_trustedOAuthInfraEnvironment_test_ts --> module_src_host_secrets_trustedOAuthInfraEnvironment_ts
  module_src_host_secrets_trustedOAuthInfraEnvironment_ts --> module_src_host_orchestrator_projectManager_ts
  module_src_host_secrets_trustedOAuthInfraEnvironment_ts --> module_src_host_secrets_projectSecretService_ts
  module_src_host_studioInfra_e2e_test_ts --> module_src_host_orchestrator_infraRuntime_ts
  module_src_host_studioInfra_e2e_test_ts --> module_src_host_orchestrator_projectManager_ts
  module_src_host_studioInfra_e2e_test_ts --> module_src_host_orchestrator_studioInfraUp_ts
  module_src_host_studioInfra_e2e_test_ts --> module_src_host_secrets_trustedOAuthInfraEnvironment_ts
  module_src_host_zoraExtensions_index_ts --> module_src_host_templateRegistry_index_ts
  module_src_index_test_ts --> module_src_index_ts
  module_src_index_ts --> module_src_authSettings_ts
  module_src_insertModalModel_public_test_ts --> module_src_index_ts
  module_src_insertModalModel_public_test_ts --> module_src_insertModalModel_ts
  module_src_insertModalModel_test_ts --> module_src_index_ts
  module_src_insertModalModel_test_ts --> module_src_insertModalModel_ts
  module_src_insertModalModel_ts --> module_src_index_ts
  module_src_localizationConfig_public_test_ts --> module_src_localizationConfig_ts
  module_src_localizationConfig_test_ts --> module_src_localizationConfig_ts
  module_src_localizationPanelModel_test_ts --> module_src_localizationPanelModel_ts
  module_src_manifestNavigatorPreviewModel_public_test_ts --> module_src_manifestNavigatorPreviewModel_ts
  module_src_manifestNavigatorPreviewModel_test_ts --> module_src_manifestNavigatorPreviewModel_ts
  module_src_manifestNavigatorPreviewModel_ts --> module_src_routeUtils_ts
  module_src_manifestState_public_test_ts --> module_src_index_ts
  module_src_manifestState_public_test_ts --> module_src_manifestState_ts
  module_src_manifestState_routes_test_ts --> module_src_index_ts
  module_src_manifestState_routes_test_ts --> module_src_manifestState_ts
  module_src_manifestState_test_ts --> module_src_index_ts
  module_src_manifestState_test_ts --> module_src_manifestState_ts
  module_src_manifestState_ts --> module_src_index_ts
  module_src_manifestSync_test_ts --> module_src_index_ts
  module_src_manifestSync_test_ts --> module_src_manifestSync_ts
  module_src_manifestSync_ts --> module_src_index_ts
  module_src_modules_dashboard_search_ts --> module_src_modules_dashboard_types_ts
  module_src_modules_dashboard_templates_ts --> module_src_modules_dashboard_types_ts
  module_src_modules_dashboard_ui_ProjectCard_tsx --> module_src_modules_dashboard_types_ts
  module_src_modules_dashboard_ui_TemplateCard_tsx --> module_src_modules_dashboard_types_ts
  module_src_projectAuthApi_test_ts --> module_src_projectAuthApi_ts
  module_src_projectAuthApi_ts --> module_src_projectAuthHealth_ts
  module_src_projectAuthApi_ts --> module_src_secretResponseGuard_ts
  module_src_projectAuthHealth_test_ts --> module_src_projectAuthHealth_ts
  module_src_projectAuthHealth_ts --> module_src_authSettings_ts
  module_src_projectSecretApi_test_ts --> module_src_projectSecretApi_ts
  module_src_projectSecretApi_ts --> module_src_projectSecretUsage_ts
  module_src_projectSecretApi_ts --> module_src_secretResponseGuard_ts
  module_src_projectSecretUsage_test_ts --> module_src_projectSecretUsage_ts
  module_src_routeUtils_public_test_ts --> module_src_routeUtils_ts
  module_src_routeUtils_test_ts --> module_src_routeUtils_ts
  module_src_runtime_previewRuntimeConfig_ts --> module_src_runtime_actionSuppression_ts
  module_src_runtime_previewRuntimeConfig_ts --> module_src_runtime_previewRegistry_ts
  module_src_runtime_registry_tsx --> module_src_runtime_appExtensionRegistry_ts
  module_src_runtime_useRuntimeAction_ts --> module_src_runtime_runtimeActions_ts
  module_src_runtimeDiagnosticsModel_test_ts --> module_src_runtimeDiagnosticsModel_ts
  module_src_runtimeLocalization_public_test_ts --> module_src_runtimeLocalization_ts
  module_src_runtimeLocalization_test_ts --> module_src_runtimeLocalization_ts
  module_src_secretResponseGuard_test_ts --> module_src_secretResponseGuard_ts
  module_src_studioAdminRouteModel_test_ts --> module_src_studioAdminRouteModel_ts
  module_src_studioAdminRouteModel_ts --> module_src_index_ts
  module_src_studioSelectionModel_knip_test_ts --> module_src_studioSelectionModel_ts
  module_src_studioSelectionModel_test_ts --> module_src_studioSelectionModel_ts
  module_src_ui_admin_AnkhAdminPage_tsx --> module_src_core_StudioContext_ts
  module_src_ui_admin_AnkhAdminPage_tsx --> module_src_index_ts
  module_src_ui_admin_AnkhAdminPage_tsx --> module_src_studioAdminRouteModel_ts
  module_src_ui_admin_AnkhAdminPage_tsx --> module_src_ui_admin_pages_ApisAdminPage_tsx
  module_src_ui_admin_AnkhAdminPage_tsx --> module_src_ui_admin_pages_AuthAdminPage_tsx
  module_src_ui_admin_AnkhAdminPage_tsx --> module_src_ui_admin_pages_OverviewAdminPage_tsx
  module_src_ui_admin_AnkhAdminPage_tsx --> module_src_ui_admin_pages_PropertiesAdminPage_tsx
  module_src_ui_admin_AnkhAdminPage_tsx --> module_src_ui_admin_pages_SecretsAdminPage_tsx
  module_src_ui_admin_AnkhAdminPage_tsx --> module_src_ui_admin_pages_ThemeAdminPage_tsx
  module_src_ui_admin_AnkhAdminShell_tsx --> module_src_core_StudioContext_ts
  module_src_ui_admin_AnkhAdminShell_tsx --> module_src_index_ts
  module_src_ui_admin_AnkhAdminShell_tsx --> module_src_studioAdminRouteModel_ts
-   module_src_ui_admin_AnkhAdminShell_tsx --> module_src_ui_admin_AuthAdminSession_tsx
  module_src_ui_admin_AuthAdminSession_tsx --> module_src_ui_admin_pages_adminAuthCredentialFlow_ts
  module_src_ui_admin_AuthAdminSession_tsx --> module_src_ui_admin_pages_adminAuthSessionModel_ts
  module_src_ui_admin_pages_adminAuthCredentialFlow_test_ts --> module_src_authSettings_ts
  module_src_ui_admin_pages_adminAuthCredentialFlow_test_ts --> module_src_ui_admin_pages_adminAuthCredentialFlow_ts
  module_src_ui_admin_pages_adminAuthCredentialFlow_ts --> module_src_authSettings_ts
  module_src_ui_admin_pages_adminAuthHealthFlow_test_ts --> module_src_projectAuthHealth_ts
  module_src_ui_admin_pages_adminAuthHealthFlow_test_ts --> module_src_ui_admin_pages_adminAuthHealthFlow_ts
  module_src_ui_admin_pages_adminAuthHealthFlow_ts --> module_src_projectAuthHealth_ts
  module_src_ui_admin_pages_adminAuthSessionModel_test_ts --> module_src_authSettings_ts
  module_src_ui_admin_pages_adminAuthSessionModel_test_ts --> module_src_ui_admin_pages_adminAuthCredentialFlow_ts
  module_src_ui_admin_pages_adminAuthSessionModel_test_ts --> module_src_ui_admin_pages_adminAuthSessionModel_ts
  module_src_ui_admin_pages_adminAuthSessionModel_ts --> module_src_authSettings_ts
  module_src_ui_admin_pages_adminAuthSessionModel_ts --> module_src_ui_admin_pages_adminAuthCredentialFlow_ts
  module_src_ui_admin_pages_adminDataSourceOperations_ts --> module_src_ui_admin_adminPageUtils_ts
  module_src_ui_admin_pages_adminThemeModel_test_ts --> module_src_ui_admin_pages_adminThemeModel_ts
  module_src_ui_admin_pages_adminThemeModel_ts --> module_src_index_ts
  module_src_ui_admin_pages_ApisAdminPage_test_ts --> module_src_ui_admin_pages_adminDataSourceOperations_ts
  module_src_ui_admin_pages_ApisAdminPage_tsx --> module_src_core_StudioContext_ts
  module_src_ui_admin_pages_ApisAdminPage_tsx --> module_src_index_ts
  module_src_ui_admin_pages_ApisAdminPage_tsx --> module_src_ui_admin_adminPagePrimitives_tsx
  module_src_ui_admin_pages_ApisAdminPage_tsx --> module_src_ui_admin_adminPageUtils_ts
  module_src_ui_admin_pages_ApisAdminPage_tsx --> module_src_ui_admin_pages_adminDataSourceOperations_ts
  module_src_ui_admin_pages_AuthAdminPage_tsx --> module_src_authSettings_ts
  module_src_ui_admin_pages_AuthAdminPage_tsx --> module_src_core_StudioContext_ts
  module_src_ui_admin_pages_AuthAdminPage_tsx --> module_src_index_ts
  module_src_ui_admin_pages_AuthAdminPage_tsx --> module_src_projectAuthApi_ts
  module_src_ui_admin_pages_AuthAdminPage_tsx --> module_src_projectAuthHealth_ts
  module_src_ui_admin_pages_AuthAdminPage_tsx --> module_src_projectSecretApi_ts
  module_src_ui_admin_pages_AuthAdminPage_tsx --> module_src_ui_admin_AuthAdminSession_tsx
  module_src_ui_admin_pages_AuthAdminPage_tsx --> module_src_ui_admin_pages_adminAuthCredentialFlow_ts
  module_src_ui_admin_pages_AuthAdminPage_tsx --> module_src_ui_admin_pages_adminAuthHealthFlow_ts
  module_src_ui_admin_pages_AuthAdminPage_tsx --> module_src_ui_admin_pages_adminAuthSessionModel_ts
  module_src_ui_admin_pages_OverviewAdminPage_tsx --> module_src_core_StudioContext_ts
  module_src_ui_admin_pages_OverviewAdminPage_tsx --> module_src_ui_admin_adminPagePrimitives_tsx
  module_src_ui_admin_pages_PropertiesAdminPage_tsx --> module_src_core_StudioContext_ts
  module_src_ui_admin_pages_PropertiesAdminPage_tsx --> module_src_manifestState_ts
  module_src_ui_admin_pages_PropertiesAdminPage_tsx --> module_src_ui_admin_adminPagePrimitives_tsx
  module_src_ui_admin_pages_PropertiesAdminPage_tsx --> module_src_ui_admin_adminPageUtils_ts
  module_src_ui_admin_pages_SecretsAdminPage_tsx --> module_src_projectSecretApi_ts
  module_src_ui_admin_pages_SecretsAdminPage_tsx --> module_src_projectSecretUsage_ts
+   module_src_ui_admin_pages_SecretsAdminPage_tsx --> module_src_ui_admin_AuthAdminSession_tsx
+   module_src_ui_admin_pages_SecretsAdminPage_tsx --> module_src_ui_admin_pages_adminAuthSessionModel_ts
  module_src_ui_admin_pages_ThemeAdminPage_test_ts --> module_src_ui_admin_pages_adminThemeHarmony_ts
  module_src_ui_admin_pages_ThemeAdminPage_tsx --> module_src_core_StudioContext_ts
  module_src_ui_admin_pages_ThemeAdminPage_tsx --> module_src_index_ts
  module_src_ui_admin_pages_ThemeAdminPage_tsx --> module_src_ui_admin_adminPagePrimitives_tsx
  module_src_ui_admin_pages_ThemeAdminPage_tsx --> module_src_ui_admin_pages_adminThemeHarmony_ts
  module_src_ui_admin_pages_ThemeAdminPage_tsx --> module_src_ui_admin_pages_adminThemeModel_ts
  module_src_ui_AnkhStudio_ts --> module_src_core_StudioContext_ts
  module_src_ui_useStudioAppBarAugmentation_ts --> module_src_core_StudioContext_ts
  module_src_ui_useStudioAppBarAugmentation_ts --> module_src_studioAdminRouteModel_ts
  module_src_utils_treeUtils_ts --> module_src_index_ts
